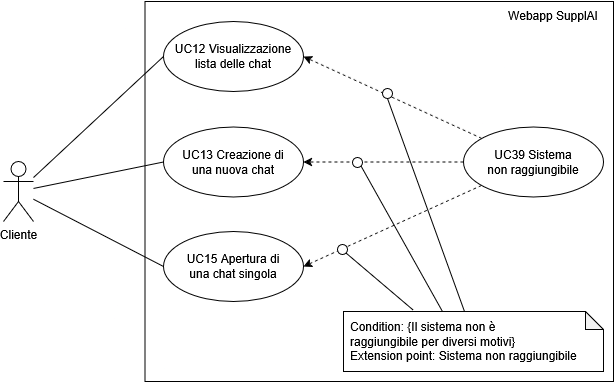
Earlier version of the draw.io export 2 - RTB/imgs/lista-chat.png (CodeHex16/documentazione). Source tidied: cells renumbered, new cells last; positions are measured from the earlier drawing's top-left corner, leaving out a move shared by most shapes. Its diagram source:
```xml
<mxGraphModel>
  <root>
    <mxCell id="0" />
    <mxCell id="1" parent="0" />
    <mxCell id="2" style="rounded=0;whiteSpace=wrap;html=1;fillColor=none;align=right;" parent="1" vertex="1">
      <mxGeometry x="141.5" y="1" width="468.5" height="380" as="geometry" />
    </mxCell>
    <mxCell id="3" value="Cliente" style="shape=umlActor;verticalLabelPosition=bottom;verticalAlign=top;html=1;outlineConnect=0;" parent="1" vertex="1">
      <mxGeometry y="161" width="30" height="60" as="geometry" />
    </mxCell>
    <mxCell id="4" value="&lt;div&gt;UC12 Visualizzazione&lt;/div&gt;&lt;div&gt;lista delle chat&lt;/div&gt;" style="ellipse;whiteSpace=wrap;html=1;" parent="1" vertex="1">
      <mxGeometry x="160" y="21" width="140" height="70" as="geometry" />
    </mxCell>
    <mxCell id="5" value="Webapp SupplAI" style="text;html=1;align=center;verticalAlign=middle;whiteSpace=wrap;rounded=0;" parent="1" vertex="1">
      <mxGeometry x="490" width="120" height="30" as="geometry" />
    </mxCell>
    <mxCell id="6" style="endArrow=none;html=1;rounded=0;entryX=0;entryY=0.5;entryDx=0;entryDy=0;" parent="1" edge="1" source="3" target="4">
      <mxGeometry relative="1" as="geometry" />
    </mxCell>
    <mxCell id="7" value="&lt;div&gt;UC13 Creazione di&lt;/div&gt;&lt;div&gt;una nuova chat&lt;/div&gt;" style="ellipse;whiteSpace=wrap;html=1;" parent="1" vertex="1">
      <mxGeometry x="160" y="126.5" width="140" height="70" as="geometry" />
    </mxCell>
    <mxCell id="8" value="&lt;div&gt;UC15 Apertura di&lt;/div&gt;&lt;div&gt;una chat singola&lt;/div&gt;" style="ellipse;whiteSpace=wrap;html=1;" parent="1" vertex="1">
      <mxGeometry x="160" y="231" width="140" height="70" as="geometry" />
    </mxCell>
    <mxCell id="9" style="endArrow=none;html=1;rounded=0;entryX=0;entryY=0.5;entryDx=0;entryDy=0;" parent="1" edge="1" source="3" target="7">
      <mxGeometry relative="1" as="geometry" />
    </mxCell>
    <mxCell id="10" style="endArrow=none;html=1;rounded=0;entryX=0;entryY=0.5;entryDx=0;entryDy=0;" parent="1" edge="1" source="3" target="8">
      <mxGeometry relative="1" as="geometry" />
    </mxCell>
    <mxCell id="11" style="rounded=0;jettySize=auto;html=1;entryX=1;entryY=0.5;entryDx=0;entryDy=0;dashed=1;" parent="1" edge="1" source="14" target="4">
      <mxGeometry relative="1" as="geometry" />
    </mxCell>
    <mxCell id="12" style="edgeStyle=orthogonalEdgeStyle;rounded=0;jettySize=auto;html=1;entryX=1;entryY=0.5;entryDx=0;entryDy=0;dashed=1;" parent="1" edge="1" source="14" target="7">
      <mxGeometry relative="1" as="geometry" />
    </mxCell>
    <mxCell id="13" style="rounded=0;jettySize=auto;html=1;entryX=1;entryY=0.5;entryDx=0;entryDy=0;dashed=1;" parent="1" edge="1" source="14" target="8">
      <mxGeometry relative="1" as="geometry" />
    </mxCell>
    <mxCell id="14" value="&lt;div&gt;UC39 Sistema&lt;/div&gt;&lt;div&gt;non raggiungibile&lt;/div&gt;" style="ellipse;whiteSpace=wrap;html=1;" parent="1" vertex="1">
      <mxGeometry x="460" y="126.5" width="140" height="70" as="geometry" />
    </mxCell>
    <mxCell id="15" value="&lt;div align=&quot;left&quot; style=&quot;padding-left: 5px;&quot;&gt;Condition: {Il sistema non è &lt;br&gt;raggiungibile per diversi motivi}&lt;/div&gt;&lt;div align=&quot;left&quot; style=&quot;padding-left: 5px;&quot;&gt;Extension point: Sistema non raggiungibile&lt;/div&gt;" style="shape=note;whiteSpace=wrap;html=1;backgroundOutline=1;darkOpacity=0.05;size=18;align=left;" parent="1" vertex="1">
      <mxGeometry x="340" y="311" width="260" height="60" as="geometry" />
    </mxCell>
    <mxCell id="16" style="rounded=0;jettySize=auto;html=1;endArrow=none;endFill=0;endSize=20;startFill=0;entryX=1;entryY=1;entryDx=0;entryDy=0;exitX=0.267;exitY=-0.028;exitDx=0;exitDy=0;exitPerimeter=0;" parent="1" edge="1" source="15" target="17">
      <mxGeometry relative="1" as="geometry" />
    </mxCell>
    <mxCell id="17" style="ellipse;whiteSpace=wrap;html=1;" parent="1" vertex="1">
      <mxGeometry x="334" y="244" width="10" height="10" as="geometry" />
    </mxCell>
    <mxCell id="18" style="ellipse;whiteSpace=wrap;html=1;" parent="1" vertex="1">
      <mxGeometry x="349" y="157" width="10" height="10" as="geometry" />
    </mxCell>
    <mxCell id="19" style="rounded=0;jettySize=auto;html=1;endArrow=none;endFill=0;endSize=20;startFill=0;entryX=1;entryY=1;entryDx=0;entryDy=0;exitX=0.38;exitY=-0.005;exitDx=0;exitDy=0;exitPerimeter=0;" parent="1" edge="1" source="15" target="18">
      <mxGeometry relative="1" as="geometry" />
    </mxCell>
    <mxCell id="20" style="ellipse;whiteSpace=wrap;html=1;" parent="1" vertex="1">
      <mxGeometry x="379" y="88" width="10" height="10" as="geometry" />
    </mxCell>
    <mxCell id="21" style="rounded=0;jettySize=auto;html=1;endArrow=none;endFill=0;endSize=20;startFill=0;entryX=0.5;entryY=1;entryDx=0;entryDy=0;exitX=0;exitY=0;exitDx=121;exitDy=0;exitPerimeter=0;" parent="1" edge="1" source="15" target="20">
      <mxGeometry relative="1" as="geometry" />
    </mxCell>
  </root>
</mxGraphModel>
```
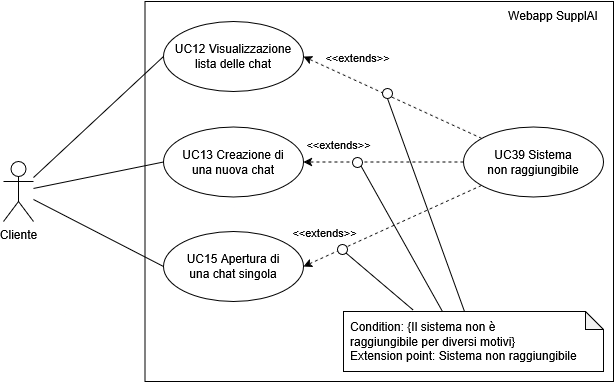
Above is the later version.

Change to the diagram source:
```diff
@@ -26,41 +26,58 @@
     <mxCell id="9" style="endArrow=none;html=1;rounded=0;entryX=0;entryY=0.5;entryDx=0;entryDy=0;" parent="1" edge="1" source="3" target="7">
       <mxGeometry relative="1" as="geometry" />
     </mxCell>
-    <mxCell id="10" style="endArrow=none;html=1;rounded=0;entryX=0;entryY=0.5;entryDx=0;entryDy=0;" parent="1" edge="1" source="3" target="8">
-      <mxGeometry relative="1" as="geometry" />
+    <mxCell id="10" style="endArrow=none;html=1;rounded=0;entryX=0;entryY=0.5;entryDx=0;entryDy=0;" parent="1" edge="1" target="8">
+      <mxGeometry relative="1" as="geometry">
+        <mxPoint x="30" y="199" as="sourcePoint" />
+      </mxGeometry>
     </mxCell>
-    <mxCell id="11" style="rounded=0;jettySize=auto;html=1;entryX=1;entryY=0.5;entryDx=0;entryDy=0;dashed=1;" parent="1" edge="1" source="14" target="4">
+    <mxCell id="11" style="rounded=0;jettySize=auto;html=1;entryX=1;entryY=0.5;entryDx=0;entryDy=0;dashed=1;" parent="1" edge="1" source="17" target="4">
       <mxGeometry relative="1" as="geometry" />
     </mxCell>
-    <mxCell id="12" style="edgeStyle=orthogonalEdgeStyle;rounded=0;jettySize=auto;html=1;entryX=1;entryY=0.5;entryDx=0;entryDy=0;dashed=1;" parent="1" edge="1" source="14" target="7">
-      <mxGeometry relative="1" as="geometry" />
+    <mxCell id="12" value="&amp;lt;&amp;lt;extends&amp;gt;&amp;gt;" style="edgeLabel;html=1;align=center;verticalAlign=middle;" parent="11" vertex="1">
+      <mxGeometry x="0.47" relative="1" as="geometry">
+        <mxPoint x="7" y="-21" as="offset" />
+      </mxGeometry>
     </mxCell>
-    <mxCell id="13" style="rounded=0;jettySize=auto;html=1;entryX=1;entryY=0.5;entryDx=0;entryDy=0;dashed=1;" parent="1" edge="1" source="14" target="8">
+    <mxCell id="13" style="edgeStyle=orthogonalEdgeStyle;rounded=0;jettySize=auto;html=1;entryX=1;entryY=0.5;entryDx=0;entryDy=0;dashed=1;" parent="1" edge="1" source="17" target="7">
       <mxGeometry relative="1" as="geometry" />
     </mxCell>
-    <mxCell id="14" value="&lt;div&gt;UC39 Sistema&lt;/div&gt;&lt;div&gt;non raggiungibile&lt;/div&gt;" style="ellipse;whiteSpace=wrap;html=1;" parent="1" vertex="1">
-      <mxGeometry x="460" y="126.5" width="140" height="70" as="geometry" />
+    <mxCell id="14" value="&amp;lt;&amp;lt;extends&amp;gt;&amp;gt;" style="edgeLabel;html=1;align=center;verticalAlign=middle;points=[];" parent="13" vertex="1">
+      <mxGeometry x="0.72" y="-4" relative="1" as="geometry">
+        <mxPoint x="12" y="-14" as="offset" />
+      </mxGeometry>
     </mxCell>
-    <mxCell id="15" value="&lt;div align=&quot;left&quot; style=&quot;padding-left: 5px;&quot;&gt;Condition: {Il sistema non è &lt;br&gt;raggiungibile per diversi motivi}&lt;/div&gt;&lt;div align=&quot;left&quot; style=&quot;padding-left: 5px;&quot;&gt;Extension point: Sistema non raggiungibile&lt;/div&gt;" style="shape=note;whiteSpace=wrap;html=1;backgroundOutline=1;darkOpacity=0.05;size=18;align=left;" parent="1" vertex="1">
-      <mxGeometry x="340" y="311" width="260" height="60" as="geometry" />
+    <mxCell id="15" style="rounded=0;jettySize=auto;html=1;entryX=1;entryY=0.5;entryDx=0;entryDy=0;dashed=1;" parent="1" edge="1" source="17" target="8">
+      <mxGeometry relative="1" as="geometry" />
     </mxCell>
-    <mxCell id="16" style="rounded=0;jettySize=auto;html=1;endArrow=none;endFill=0;endSize=20;startFill=0;entryX=1;entryY=1;entryDx=0;entryDy=0;exitX=0.267;exitY=-0.028;exitDx=0;exitDy=0;exitPerimeter=0;" parent="1" edge="1" source="15" target="17">
-      <mxGeometry relative="1" as="geometry" />
+    <mxCell id="16" value="&amp;lt;&amp;lt;extends&amp;gt;&amp;gt;" style="edgeLabel;html=1;align=center;verticalAlign=middle;" parent="15" vertex="1">
+      <mxGeometry x="0.2" y="5" relative="1" as="geometry">
+        <mxPoint x="-53" y="-7" as="offset" />
+      </mxGeometry>
     </mxCell>
-    <mxCell id="17" style="ellipse;whiteSpace=wrap;html=1;" parent="1" vertex="1">
-      <mxGeometry x="334" y="244" width="10" height="10" as="geometry" />
+    <mxCell id="17" value="&lt;div&gt;UC39 Sistema&lt;/div&gt;&lt;div&gt;non raggiungibile&lt;/div&gt;" style="ellipse;whiteSpace=wrap;html=1;" parent="1" vertex="1">
+      <mxGeometry x="460" y="126.5" width="140" height="70" as="geometry" />
     </mxCell>
-    <mxCell id="18" style="ellipse;whiteSpace=wrap;html=1;" parent="1" vertex="1">
-      <mxGeometry x="349" y="157" width="10" height="10" as="geometry" />
+    <mxCell id="18" value="&lt;div align=&quot;left&quot; style=&quot;padding-left: 5px;&quot;&gt;Condition: {Il sistema non è &lt;br&gt;raggiungibile per diversi motivi}&lt;/div&gt;&lt;div align=&quot;left&quot; style=&quot;padding-left: 5px;&quot;&gt;Extension point: Sistema non raggiungibile&lt;/div&gt;" style="shape=note;whiteSpace=wrap;html=1;backgroundOutline=1;darkOpacity=0.05;size=18;align=left;" parent="1" vertex="1">
+      <mxGeometry x="340" y="311" width="260" height="60" as="geometry" />
     </mxCell>
-    <mxCell id="19" style="rounded=0;jettySize=auto;html=1;endArrow=none;endFill=0;endSize=20;startFill=0;entryX=1;entryY=1;entryDx=0;entryDy=0;exitX=0.38;exitY=-0.005;exitDx=0;exitDy=0;exitPerimeter=0;" parent="1" edge="1" source="15" target="18">
+    <mxCell id="19" style="rounded=0;jettySize=auto;html=1;endArrow=none;endFill=0;endSize=20;startFill=0;entryX=1;entryY=1;entryDx=0;entryDy=0;exitX=0.267;exitY=-0.028;exitDx=0;exitDy=0;exitPerimeter=0;" parent="1" edge="1" source="18" target="20">
       <mxGeometry relative="1" as="geometry" />
     </mxCell>
     <mxCell id="20" style="ellipse;whiteSpace=wrap;html=1;" parent="1" vertex="1">
-      <mxGeometry x="379" y="88" width="10" height="10" as="geometry" />
+      <mxGeometry x="334" y="244" width="10" height="10" as="geometry" />
     </mxCell>
-    <mxCell id="21" style="rounded=0;jettySize=auto;html=1;endArrow=none;endFill=0;endSize=20;startFill=0;entryX=0.5;entryY=1;entryDx=0;entryDy=0;exitX=0;exitY=0;exitDx=121;exitDy=0;exitPerimeter=0;" parent="1" edge="1" source="15" target="20">
-      <mxGeometry relative="1" as="geometry" />
+    <mxCell id="21" style="ellipse;whiteSpace=wrap;html=1;" parent="1" vertex="1">
+      <mxGeometry x="349" y="157" width="10" height="10" as="geometry" />
     </mxCell>
+    <mxCell id="22" style="rounded=0;jettySize=auto;html=1;endArrow=none;endFill=0;endSize=20;startFill=0;entryX=1;entryY=1;entryDx=0;entryDy=0;exitX=0.38;exitY=-0.005;exitDx=0;exitDy=0;exitPerimeter=0;" parent="1" edge="1" source="18" target="21">
+      <mxGeometry relative="1" as="geometry" />
+    </mxCell>
+    <mxCell id="23" style="ellipse;whiteSpace=wrap;html=1;" parent="1" vertex="1">
+      <mxGeometry x="379" y="88" width="10" height="10" as="geometry" />
+    </mxCell>
+    <mxCell id="24" style="rounded=0;jettySize=auto;html=1;endArrow=none;endFill=0;endSize=20;startFill=0;entryX=0.5;entryY=1;entryDx=0;entryDy=0;exitX=0;exitY=0;exitDx=121;exitDy=0;exitPerimeter=0;" parent="1" edge="1" source="18" target="23">
+      <mxGeometry relative="1" as="geometry" />
+    </mxCell>
   </root>
 </mxGraphModel>
```
